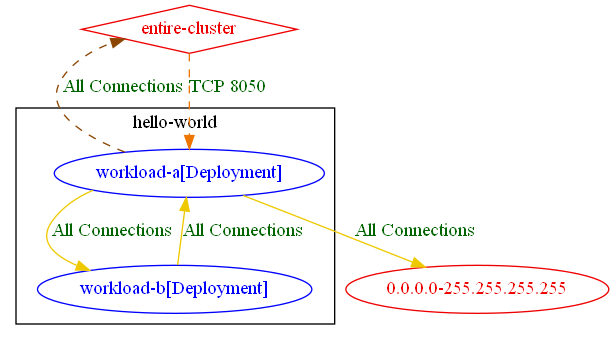
Earlier version of the Graphviz export test_outputs/connlist/exposure_test_matched_and_unmatched_rules_focus_workload_hello-world_workload-a_connlist_output.dot.png (np-guard/netpol-analyzer). Its source is kept beside it as test_outputs/connlist/exposure_test_matched_and_unmatched_rules_focus_workload_hello-world_workload-a_connlist_output.dot.
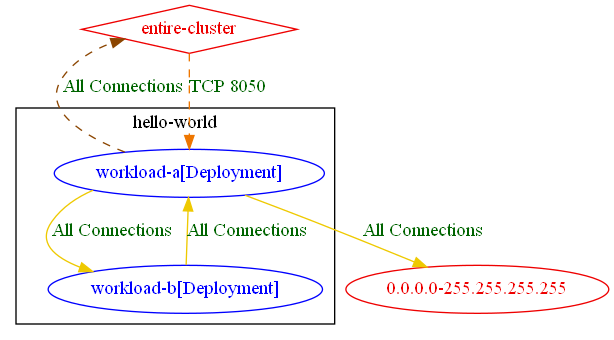
The same file after the commit.

What changed in the source:
```diff
@@ -9,8 +9,8 @@
 	"0.0.0.0-255.255.255.255" [label="0.0.0.0-255.255.255.255" color="red2" fontcolor="red2"]
 	"entire-cluster" [label="entire-cluster" color="red2" fontcolor="red2" shape=diamond]
 	"entire-cluster" -> "hello-world/workload-a[Deployment]" [label="TCP 8050" color="darkorange2" fontcolor="darkgreen" weight=1 style=dashed]
-	"hello-world/workload-a[Deployment]" -> "0.0.0.0-255.255.255.255" [label="All Connections" color="gold2" fontcolor="darkgreen"]
+	"hello-world/workload-a[Deployment]" -> "0.0.0.0-255.255.255.255" [label="All Connections" color="gold2" fontcolor="darkgreen" weight=1]
 	"hello-world/workload-a[Deployment]" -> "entire-cluster" [label="All Connections" color="darkorange4" fontcolor="darkgreen" weight=0.5 style=dashed]
-	"hello-world/workload-a[Deployment]" -> "hello-world/workload-b[Deployment]" [label="All Connections" color="gold2" fontcolor="darkgreen"]
-	"hello-world/workload-b[Deployment]" -> "hello-world/workload-a[Deployment]" [label="All Connections" color="gold2" fontcolor="darkgreen"]
+	"hello-world/workload-a[Deployment]" -> "hello-world/workload-b[Deployment]" [label="All Connections" color="gold2" fontcolor="darkgreen" weight=0.5]
+	"hello-world/workload-b[Deployment]" -> "hello-world/workload-a[Deployment]" [label="All Connections" color="gold2" fontcolor="darkgreen" weight=1]
 }
```
